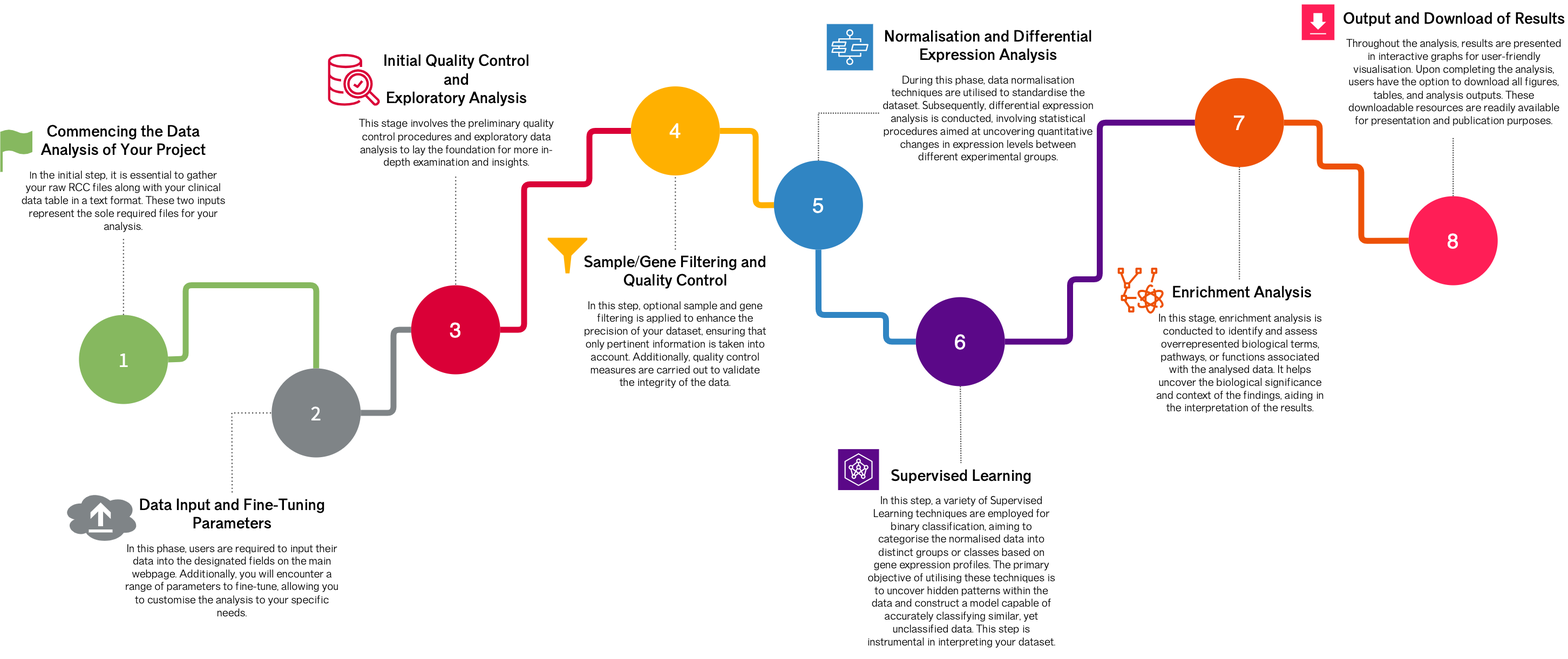
This is src/nanosite/static/img/scheme.png from sgiannouk/nanoinsights, a draw.io export, as it was before one commit. Source tidied: cells renumbered, new cells last; positions are measured from the earlier drawing's top-left corner, leaving out a move shared by most shapes.
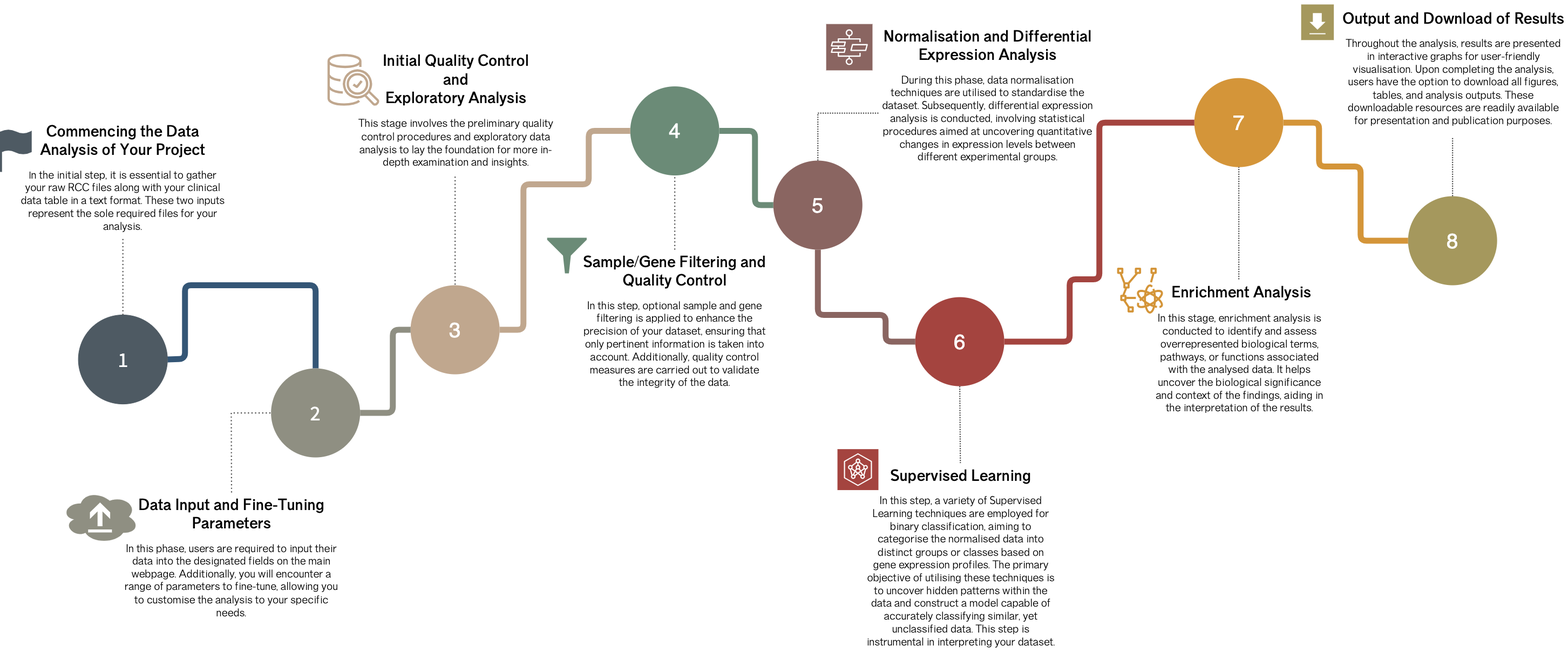
Later version of the same file.

Diff of the diagram source:
```diff
@@ -2,7 +2,7 @@
   <root>
     <mxCell id="0" />
     <mxCell id="1" parent="0" />
-    <mxCell id="2" style="edgeStyle=segmentEdgeStyle;endArrow=none;html=1;endSize=8;startSize=8;strokeWidth=10;endFill=0;strokeColor=#86b85f;exitX=1;exitY=0.5;exitDx=0;exitDy=0;rounded=1;entryX=0.5;entryY=0;entryDx=0;entryDy=0;" parent="1" edge="1" source="3" target="4">
+    <mxCell id="2" style="edgeStyle=segmentEdgeStyle;endArrow=none;html=1;endSize=8;startSize=8;strokeWidth=10;endFill=0;strokeColor=#345676;exitX=1;exitY=0.5;exitDx=0;exitDy=0;rounded=1;entryX=0.5;entryY=0;entryDx=0;entryDy=0;" parent="1" edge="1" source="3" target="4">
       <mxGeometry relative="1" as="geometry">
         <Array as="points">
           <mxPoint x="310" y="597" />
@@ -11,13 +11,13 @@
         </Array>
       </mxGeometry>
     </mxCell>
-    <mxCell id="3" value="&lt;font color=&quot;#ffffff&quot; style=&quot;font-size: 35px;&quot; face=&quot;Source Sans Pro&quot;&gt;1&lt;/font&gt;" style="ellipse;whiteSpace=wrap;html=1;strokeColor=none;fillColor=#86b85f;" parent="1" vertex="1">
+    <mxCell id="3" value="&lt;font color=&quot;#ffffff&quot; style=&quot;font-size: 35px;&quot; face=&quot;Source Sans Pro&quot;&gt;1&lt;/font&gt;" style="ellipse;whiteSpace=wrap;html=1;strokeColor=#4E5A63;fillColor=#4E5A63;" parent="1" vertex="1">
       <mxGeometry x="130.5" y="523" width="150" height="150" as="geometry" />
     </mxCell>
-    <mxCell id="4" value="&lt;font color=&quot;#ffffff&quot; face=&quot;Source Sans Pro&quot; style=&quot;font-size: 35px;&quot;&gt;2&lt;/font&gt;" style="ellipse;whiteSpace=wrap;html=1;strokeColor=none;fillColor=#7F8487;" parent="1" vertex="1">
+    <mxCell id="4" value="&lt;font color=&quot;#ffffff&quot; face=&quot;Source Sans Pro&quot; style=&quot;font-size: 35px;&quot;&gt;2&lt;/font&gt;" style="ellipse;whiteSpace=wrap;html=1;strokeColor=none;fillColor=#8F8F82;" parent="1" vertex="1">
       <mxGeometry x="455" y="613" width="150" height="150" as="geometry" />
     </mxCell>
-    <mxCell id="5" style="edgeStyle=segmentEdgeStyle;endArrow=none;html=1;endSize=8;startSize=8;strokeWidth=10;endFill=0;strokeColor=#7F8487;exitX=1;exitY=0.5;exitDx=0;exitDy=0;rounded=1;entryX=0;entryY=0.5;entryDx=0;entryDy=0;" parent="1" edge="1" source="4" target="6">
+    <mxCell id="5" style="edgeStyle=segmentEdgeStyle;endArrow=none;html=1;endSize=8;startSize=8;strokeWidth=10;endFill=0;strokeColor=#8F8F82;exitX=1;exitY=0.5;exitDx=0;exitDy=0;rounded=1;entryX=0;entryY=0.5;entryDx=0;entryDy=0;" parent="1" edge="1" source="4" target="6">
       <mxGeometry relative="1" as="geometry">
         <Array as="points">
           <mxPoint x="660" y="688" />
@@ -25,10 +25,10 @@
         </Array>
       </mxGeometry>
     </mxCell>
-    <mxCell id="6" value="&lt;font color=&quot;#ffffff&quot; style=&quot;font-size: 35px;&quot;&gt;3&lt;/font&gt;" style="ellipse;whiteSpace=wrap;html=1;strokeColor=none;fillColor=#DA0037;" parent="1" vertex="1">
+    <mxCell id="6" value="&lt;font color=&quot;#ffffff&quot; style=&quot;font-size: 35px;&quot;&gt;3&lt;/font&gt;" style="ellipse;whiteSpace=wrap;html=1;strokeColor=none;fillColor=#C0A78E;" parent="1" vertex="1">
       <mxGeometry x="690" y="473" width="150" height="150" as="geometry" />
     </mxCell>
-    <mxCell id="7" style="edgeStyle=segmentEdgeStyle;endArrow=none;html=1;endSize=8;startSize=8;strokeWidth=10;endFill=0;strokeColor=#DA0037;rounded=1;entryX=1;entryY=0.5;entryDx=0;entryDy=0;exitX=0;exitY=0.5;exitDx=0;exitDy=0;" parent="1" edge="1" source="8" target="6">
+    <mxCell id="7" style="edgeStyle=segmentEdgeStyle;endArrow=none;html=1;endSize=8;startSize=8;strokeWidth=10;endFill=0;strokeColor=#C0A78E;rounded=1;entryX=1;entryY=0.5;entryDx=0;entryDy=0;exitX=0;exitY=0.5;exitDx=0;exitDy=0;" parent="1" edge="1" source="8" target="6">
       <mxGeometry relative="1" as="geometry">
         <Array as="points">
           <mxPoint x="990" y="213" />
@@ -38,10 +38,10 @@
         </Array>
       </mxGeometry>
     </mxCell>
-    <mxCell id="8" value="&lt;font color=&quot;#ffffff&quot; style=&quot;font-size: 35px;&quot;&gt;4&lt;/font&gt;" style="ellipse;whiteSpace=wrap;html=1;strokeColor=none;fillColor=#FFB000;" parent="1" vertex="1">
+    <mxCell id="8" value="&lt;font color=&quot;#ffffff&quot; style=&quot;font-size: 35px;&quot;&gt;4&lt;/font&gt;" style="ellipse;whiteSpace=wrap;html=1;strokeColor=none;fillColor=#6B8B77;" parent="1" vertex="1">
       <mxGeometry x="1060" y="138" width="150" height="150" as="geometry" />
     </mxCell>
-    <mxCell id="9" style="edgeStyle=segmentEdgeStyle;endArrow=none;html=1;endSize=8;startSize=8;strokeWidth=10;endFill=0;strokeColor=#FFB000;exitX=1;exitY=0.5;exitDx=0;exitDy=0;rounded=1;entryX=0;entryY=0.5;entryDx=0;entryDy=0;" parent="1" edge="1" source="8" target="10">
+    <mxCell id="9" style="edgeStyle=segmentEdgeStyle;endArrow=none;html=1;endSize=8;startSize=8;strokeWidth=10;endFill=0;strokeColor=#6B8B77;exitX=1;exitY=0.5;exitDx=0;exitDy=0;rounded=1;entryX=0;entryY=0.5;entryDx=0;entryDy=0;" parent="1" edge="1" source="8" target="10">
       <mxGeometry relative="1" as="geometry">
         <Array as="points">
           <mxPoint x="1270" y="213" />
@@ -49,10 +49,10 @@
         </Array>
       </mxGeometry>
     </mxCell>
-    <mxCell id="10" value="&lt;font color=&quot;#ffffff&quot; style=&quot;font-size: 35px;&quot;&gt;5&lt;/font&gt;" style="ellipse;whiteSpace=wrap;html=1;strokeColor=none;fillColor=#3085C3;" parent="1" vertex="1">
+    <mxCell id="10" value="&lt;font color=&quot;#ffffff&quot; style=&quot;font-size: 35px;&quot;&gt;5&lt;/font&gt;" style="ellipse;whiteSpace=wrap;html=1;strokeColor=none;fillColor=#8A6561;" parent="1" vertex="1">
       <mxGeometry x="1301" y="263" width="150" height="150" as="geometry" />
     </mxCell>
-    <mxCell id="11" style="edgeStyle=segmentEdgeStyle;endArrow=none;html=1;endSize=8;startSize=8;strokeWidth=10;endFill=0;strokeColor=#3085C3;exitX=0.5;exitY=1;exitDx=0;exitDy=0;rounded=1;entryX=0;entryY=0.5;entryDx=0;entryDy=0;" parent="1" edge="1" source="10" target="12">
+    <mxCell id="11" style="edgeStyle=segmentEdgeStyle;endArrow=none;html=1;endSize=8;startSize=8;strokeWidth=10;endFill=0;strokeColor=#8A6561;exitX=0.5;exitY=1;exitDx=0;exitDy=0;rounded=1;entryX=0;entryY=0.5;entryDx=0;entryDy=0;" parent="1" edge="1" source="10" target="12">
       <mxGeometry relative="1" as="geometry">
         <Array as="points">
           <mxPoint x="1376" y="523" />
@@ -61,10 +61,10 @@
         </Array>
       </mxGeometry>
     </mxCell>
-    <mxCell id="12" value="&lt;font color=&quot;#ffffff&quot;&gt;&lt;span style=&quot;font-size: 35px;&quot;&gt;6&lt;/span&gt;&lt;/font&gt;" style="ellipse;whiteSpace=wrap;html=1;strokeColor=none;fillColor=#5B0888;" parent="1" vertex="1">
+    <mxCell id="12" value="&lt;font color=&quot;#ffffff&quot;&gt;&lt;span style=&quot;font-size: 35px;&quot;&gt;6&lt;/span&gt;&lt;/font&gt;" style="ellipse;whiteSpace=wrap;html=1;strokeColor=none;fillColor=#A4443F;" parent="1" vertex="1">
       <mxGeometry x="1540" y="493" width="150" height="150" as="geometry" />
     </mxCell>
-    <mxCell id="13" style="edgeStyle=segmentEdgeStyle;endArrow=none;html=1;endSize=8;startSize=8;strokeWidth=10;endFill=0;strokeColor=#5B0888;exitX=1;exitY=0.5;exitDx=0;exitDy=0;rounded=1;entryX=0;entryY=0.5;entryDx=0;entryDy=0;" parent="1" edge="1" source="12" target="14">
+    <mxCell id="13" style="edgeStyle=segmentEdgeStyle;endArrow=none;html=1;endSize=8;startSize=8;strokeWidth=10;endFill=0;strokeColor=#A4443F;exitX=1;exitY=0.5;exitDx=0;exitDy=0;rounded=1;entryX=0;entryY=0.5;entryDx=0;entryDy=0;" parent="1" edge="1" source="12" target="14">
       <mxGeometry relative="1" as="geometry">
         <Array as="points">
           <mxPoint x="1800" y="568" />
@@ -74,10 +74,10 @@
         </Array>
       </mxGeometry>
     </mxCell>
-    <mxCell id="14" value="&lt;font color=&quot;#ffffff&quot;&gt;&lt;span style=&quot;font-size: 35px;&quot;&gt;7&lt;/span&gt;&lt;/font&gt;" style="ellipse;whiteSpace=wrap;html=1;strokeColor=none;fillColor=#ED5107;" parent="1" vertex="1">
+    <mxCell id="14" value="&lt;font color=&quot;#ffffff&quot;&gt;&lt;span style=&quot;font-size: 35px;&quot;&gt;7&lt;/span&gt;&lt;/font&gt;" style="ellipse;whiteSpace=wrap;html=1;strokeColor=none;fillColor=#D49539;" parent="1" vertex="1">
       <mxGeometry x="2010" y="124" width="150" height="150" as="geometry" />
     </mxCell>
-    <mxCell id="15" style="edgeStyle=segmentEdgeStyle;endArrow=none;html=1;endSize=8;startSize=8;strokeWidth=10;endFill=0;strokeColor=#ED5107;exitX=1;exitY=0.5;exitDx=0;exitDy=0;rounded=1;entryX=0;entryY=0.5;entryDx=0;entryDy=0;" parent="1" edge="1" source="14" target="16">
+    <mxCell id="15" style="edgeStyle=segmentEdgeStyle;endArrow=none;html=1;endSize=8;startSize=8;strokeWidth=10;endFill=0;strokeColor=#D49539;exitX=1;exitY=0.5;exitDx=0;exitDy=0;rounded=1;entryX=0;entryY=0.5;entryDx=0;entryDy=0;" parent="1" edge="1" source="14" target="16">
       <mxGeometry relative="1" as="geometry">
         <Array as="points">
           <mxPoint x="2220" y="199" />
@@ -87,7 +87,7 @@
         </Array>
       </mxGeometry>
     </mxCell>
-    <mxCell id="16" value="&lt;font color=&quot;#ffffff&quot;&gt;&lt;span style=&quot;font-size: 35px;&quot;&gt;8&lt;/span&gt;&lt;/font&gt;" style="ellipse;whiteSpace=wrap;html=1;strokeColor=none;fillColor=#FF1E56;" parent="1" vertex="1">
+    <mxCell id="16" value="&lt;font color=&quot;#ffffff&quot;&gt;&lt;span style=&quot;font-size: 35px;&quot;&gt;8&lt;/span&gt;&lt;/font&gt;" style="ellipse;whiteSpace=wrap;html=1;strokeColor=none;fillColor=#A5985D;" parent="1" vertex="1">
       <mxGeometry x="2370" y="323" width="150" height="150" as="geometry" />
     </mxCell>
     <mxCell id="17" style="endArrow=none;html=1;rounded=0;dashed=1;dashPattern=1 1;strokeColor=#4D4D4D;strokeWidth=2;entryX=0;entryY=0.5;entryDx=0;entryDy=0;exitX=0.5;exitY=0;exitDx=0;exitDy=0;" parent="1" edge="1" source="10" target="33">
@@ -122,10 +122,10 @@
     <mxCell id="24" style="endArrow=none;html=1;rounded=0;dashed=1;dashPattern=1 1;strokeColor=#4D4D4D;entryX=0.5;entryY=1;entryDx=0;entryDy=0;strokeWidth=2;exitX=0.5;exitY=0;exitDx=0;exitDy=0;" parent="1" edge="1" source="29" target="14">
       <mxGeometry relative="1" as="geometry" />
     </mxCell>
-    <mxCell id="25" style="sketch=0;fontColor=#232F3E;fillColor=#5B0888;strokeColor=#ffffff;dashed=0;verticalLabelPosition=bottom;verticalAlign=top;align=center;html=1;fontSize=12;fontStyle=0;shape=mxgraph.aws4.resourceIcon;resIcon=mxgraph.aws4.neuron_ml_sdk;" parent="1" vertex="1">
+    <mxCell id="25" style="sketch=0;fontColor=#232F3E;fillColor=#A4443F;strokeColor=#ffffff;dashed=0;verticalLabelPosition=bottom;verticalAlign=top;align=center;html=1;fontSize=12;fontStyle=0;shape=mxgraph.aws4.resourceIcon;resIcon=mxgraph.aws4.neuron_ml_sdk;" parent="1" vertex="1">
       <mxGeometry x="1409" y="749" width="69" height="69" as="geometry" />
     </mxCell>
-    <mxCell id="26" style="html=1;verticalLabelPosition=bottom;align=center;labelBackgroundColor=#ffffff;verticalAlign=top;strokeWidth=4;strokeColor=#86b85f;shadow=0;dashed=0;shape=mxgraph.ios7.icons.flag;fillColor=#86b85f;" parent="1" vertex="1">
+    <mxCell id="26" style="html=1;verticalLabelPosition=bottom;align=center;labelBackgroundColor=#ffffff;verticalAlign=top;strokeWidth=4;strokeColor=#4E5A63;shadow=0;dashed=0;shape=mxgraph.ios7.icons.flag;fillColor=#4E5A63;" parent="1" vertex="1">
       <mxGeometry y="212" width="50" height="70" as="geometry" />
     </mxCell>
     <mxCell id="27" value="&lt;h1&gt;&lt;font style=&quot;font-size: 26px;&quot; face=&quot;Aarielle&quot;&gt;Commencing the Data Analysis of Your Project&lt;/font&gt;&lt;br&gt;&lt;/h1&gt;&lt;p&gt;&lt;font style=&quot;font-size: 16px;&quot; face=&quot;Aarielle&quot;&gt;I&lt;/font&gt;&lt;font style=&quot;font-size: 18px;&quot; face=&quot;Aarielle&quot;&gt;n the initial step, it is essential to gather your raw RCC files along with your clinical data table in a text format. These two inputs represent the sole required files for your analysis.&lt;/font&gt;&lt;br&gt;&lt;/p&gt;" style="text;html=1;strokeColor=none;fillColor=none;spacing=5;spacingTop=-20;whiteSpace=wrap;overflow=hidden;rounded=0;align=center;fontFamily=Aarielle;" parent="1" vertex="1">
@@ -137,31 +137,31 @@
     <mxCell id="29" value="&lt;h1 style=&quot;text-align: center; font-size: 26px;&quot;&gt;&amp;nbsp;E&lt;font style=&quot;font-size: 26px;&quot;&gt;nrichment Analysis&lt;/font&gt;&lt;br&gt;&lt;/h1&gt;&lt;p style=&quot;text-align: center;&quot;&gt;&lt;font style=&quot;font-size: 18px;&quot;&gt;In this stage, enrichment analysis is conducted to identify and assess overrepresented biological terms, pathways, or functions associated with the analysed data. It helps uncover the biological significance and context of the findings, aiding in the interpretation of the results.&lt;/font&gt;&lt;br&gt;&lt;/p&gt;" style="text;html=1;strokeColor=none;fillColor=none;spacing=5;spacingTop=-20;whiteSpace=wrap;overflow=hidden;rounded=0;fontFamily=Aarielle;" parent="1" vertex="1">
       <mxGeometry x="1937.5" y="463" width="295" height="230" as="geometry" />
     </mxCell>
-    <mxCell id="30" style="sketch=0;fontColor=#232F3E;gradientColor=none;fillColor=#ED5107;strokeColor=none;dashed=0;verticalLabelPosition=bottom;verticalAlign=top;align=center;html=1;fontSize=12;fontStyle=0;shape=mxgraph.aws4.braket_tensor_network;" parent="1" vertex="1">
+    <mxCell id="30" style="sketch=0;fontColor=#232F3E;gradientColor=none;fillColor=#D49539;strokeColor=none;dashed=0;verticalLabelPosition=bottom;verticalAlign=top;align=center;html=1;fontSize=12;fontStyle=0;shape=mxgraph.aws4.braket_tensor_network;" parent="1" vertex="1">
       <mxGeometry x="1880" y="443" width="78" height="78" as="geometry" />
     </mxCell>
     <mxCell id="31" value="&lt;h1 style=&quot;text-align: center;&quot;&gt;&lt;font style=&quot;font-size: 26px;&quot;&gt;Output and Download of Results&lt;/font&gt;&lt;br&gt;&lt;/h1&gt;&lt;p style=&quot;text-align: center;&quot;&gt;&lt;font style=&quot;font-size: 18px;&quot;&gt;Throughout the analysis, results are presented in interactive graphs for user-friendly visualisation. Upon completing the analysis, users have the option to download all figures, tables, and analysis outputs. These downloadable resources are readily available for presentation and publication purposes.&lt;/font&gt;&lt;br&gt;&lt;/p&gt;" style="text;html=1;strokeColor=none;fillColor=none;spacing=5;spacingTop=-20;whiteSpace=wrap;overflow=hidden;rounded=0;fontFamily=Aarielle;" parent="1" vertex="1">
       <mxGeometry x="2252.5" y="3" width="385" height="220" as="geometry" />
     </mxCell>
-    <mxCell id="32" style="shadow=0;dashed=0;html=1;strokeColor=none;fillColor=#FF1E56;labelPosition=center;verticalLabelPosition=bottom;verticalAlign=top;align=center;shape=mxgraph.veeam.2d.download;" parent="1" vertex="1">
+    <mxCell id="32" style="shadow=0;dashed=0;html=1;strokeColor=none;fillColor=#A5985D;labelPosition=center;verticalLabelPosition=bottom;verticalAlign=top;align=center;shape=mxgraph.veeam.2d.download;" parent="1" vertex="1">
       <mxGeometry x="2190" width="55" height="60" as="geometry" />
     </mxCell>
     <mxCell id="33" value="&lt;h1&gt;&lt;font style=&quot;font-size: 26px;&quot;&gt;Normalisation and Differential Expression Analysis&lt;/font&gt;&lt;br&gt;&lt;/h1&gt;&lt;p&gt;&lt;font style=&quot;font-size: 18px;&quot;&gt;During this phase, data normalisation techniques are utilised to standardise the dataset. Subsequently, differential expression analysis is conducted, involving statistical procedures aimed at uncovering quantitative changes in expression levels between different experimental groups.&lt;/font&gt;&lt;br&gt;&lt;/p&gt;&lt;div&gt;&lt;br&gt;&lt;/div&gt;" style="text;html=1;strokeColor=none;fillColor=none;spacing=5;spacingTop=-20;whiteSpace=wrap;overflow=hidden;rounded=0;align=center;fontFamily=Aarielle;" parent="1" vertex="1">
       <mxGeometry x="1478" y="33" width="368" height="300" as="geometry" />
     </mxCell>
-    <mxCell id="34" style="sketch=0;fontColor=#232F3E;fillColor=#3085C3;strokeColor=#ffffff;dashed=0;verticalLabelPosition=bottom;verticalAlign=top;align=center;html=1;fontSize=12;fontStyle=0;shape=mxgraph.aws4.resourceIcon;resIcon=mxgraph.aws4.express_workflow;" parent="1" vertex="1">
+    <mxCell id="34" style="sketch=0;fontColor=#232F3E;fillColor=#8A6561;strokeColor=#ffffff;dashed=0;verticalLabelPosition=bottom;verticalAlign=top;align=center;html=1;fontSize=12;fontStyle=0;shape=mxgraph.aws4.resourceIcon;resIcon=mxgraph.aws4.express_workflow;" parent="1" vertex="1">
       <mxGeometry x="1390" y="33" width="78" height="78" as="geometry" />
     </mxCell>
     <mxCell id="35" value="&lt;h1&gt;&lt;font style=&quot;font-size: 26px;&quot;&gt;Sample/Gene Filtering and Quality Control&lt;/font&gt;&lt;/h1&gt;&lt;font style=&quot;font-size: 18px;&quot;&gt;In this step, optional sample and gene filtering is applied to enhance the precision of your dataset, ensuring that only pertinent information is taken into account. Additionally, quality control measures are carried out to validate the integrity of the data.&lt;/font&gt;" style="text;html=1;strokeColor=none;fillColor=none;spacing=5;spacingTop=-20;whiteSpace=wrap;overflow=hidden;rounded=0;align=center;fontFamily=Aarielle;" parent="1" vertex="1">
       <mxGeometry x="975" y="413" width="320" height="260" as="geometry" />
     </mxCell>
-    <mxCell id="36" style="sketch=0;shadow=0;dashed=0;html=1;strokeColor=none;labelPosition=center;verticalLabelPosition=bottom;verticalAlign=top;align=center;fillColor=#FFB000;shape=mxgraph.mscae.enterprise.filter;" parent="1" vertex="1">
+    <mxCell id="36" style="sketch=0;shadow=0;dashed=0;html=1;strokeColor=none;labelPosition=center;verticalLabelPosition=bottom;verticalAlign=top;align=center;fillColor=#6B8B77;shape=mxgraph.mscae.enterprise.filter;" parent="1" vertex="1">
       <mxGeometry x="920" y="393" width="66.7" height="60" as="geometry" />
     </mxCell>
     <mxCell id="37" value="&lt;h1 style=&quot;font-size: 26px;&quot;&gt;&lt;div style=&quot;text-align: center;&quot;&gt;&lt;span style=&quot;background-color: initial;&quot;&gt;Initial Quality Control&lt;/span&gt;&lt;/div&gt;&lt;font style=&quot;font-size: 26px;&quot;&gt;&lt;div style=&quot;text-align: center;&quot;&gt;&lt;span style=&quot;background-color: initial;&quot;&gt;and&lt;/span&gt;&lt;/div&gt;&lt;font style=&quot;font-size: 26px;&quot;&gt;&lt;div style=&quot;text-align: center;&quot;&gt;&lt;span style=&quot;background-color: initial;&quot;&gt;Exploratory Analysis&lt;/span&gt;&lt;/div&gt;&lt;/font&gt;&lt;/font&gt;&lt;/h1&gt;&lt;p style=&quot;text-align: center;&quot;&gt;&lt;font style=&quot;font-size: 18px;&quot;&gt;This stage involves the preliminary quality control procedures and exploratory data analysis to lay the foundation for more in-depth examination and insights.&lt;/font&gt;&lt;br&gt;&lt;/p&gt;" style="text;html=1;strokeColor=none;fillColor=none;spacing=5;spacingTop=-20;whiteSpace=wrap;overflow=hidden;rounded=0;fontFamily=Aarielle;" parent="1" vertex="1">
       <mxGeometry x="594.5" y="73" width="341" height="217" as="geometry" />
     </mxCell>
-    <mxCell id="38" style="sketch=0;fontColor=#232F3E;gradientColor=none;fillColor=#DA0037;strokeColor=none;dashed=0;verticalLabelPosition=bottom;verticalAlign=top;align=center;html=1;fontSize=12;fontStyle=0;shape=mxgraph.aws4.aws_glue_data_quality;" parent="1" vertex="1">
+    <mxCell id="38" style="sketch=0;fontColor=#232F3E;gradientColor=none;fillColor=#C0A78E;strokeColor=none;dashed=0;verticalLabelPosition=bottom;verticalAlign=top;align=center;html=1;fontSize=12;fontStyle=0;shape=mxgraph.aws4.aws_glue_data_quality;" parent="1" vertex="1">
       <mxGeometry x="550" y="83" width="88" height="88" as="geometry" />
     </mxCell>
     <mxCell id="39" value="&lt;h1&gt;&lt;font style=&quot;font-size: 26px;&quot; face=&quot;Aarielle&quot;&gt;Data Input and Fine-Tuning Parameters&lt;/font&gt;&lt;br&gt;&lt;/h1&gt;&lt;p&gt;&lt;font style=&quot;font-size: 18px;&quot; face=&quot;Aarielle&quot;&gt;In this phase, users are required to input their data into the designated fields on the main webpage. Additionally, you will encounter a range of parameters to fine-tune, allowing you to customise the analysis to your specific needs.&lt;/font&gt;&lt;br&gt;&lt;/p&gt;" style="text;html=1;strokeColor=none;fillColor=none;spacing=5;spacingTop=-20;whiteSpace=wrap;overflow=hidden;rounded=0;align=center;fontFamily=Aarielle;" parent="1" vertex="1">
@@ -170,7 +170,7 @@
     <mxCell id="40" style="group;" parent="1" vertex="1">
       <mxGeometry x="92" y="818" width="130" height="90" as="geometry" />
     </mxCell>
-    <mxCell id="41" style="ellipse;shape=cloud;whiteSpace=wrap;html=1;fillColor=#7F8487;strokeColor=none;" parent="40" vertex="1">
+    <mxCell id="41" style="ellipse;shape=cloud;whiteSpace=wrap;html=1;fillColor=#8F8F82;strokeColor=none;" parent="40" vertex="1">
       <mxGeometry x="10" width="130" height="90" as="geometry" />
     </mxCell>
     <mxCell id="42" style="shape=mxgraph.signs.travel.arrow_north;html=1;fillColor=#FFFFFF;strokeColor=none;verticalLabelPosition=bottom;verticalAlign=top;align=center;" parent="40" vertex="1">
```
